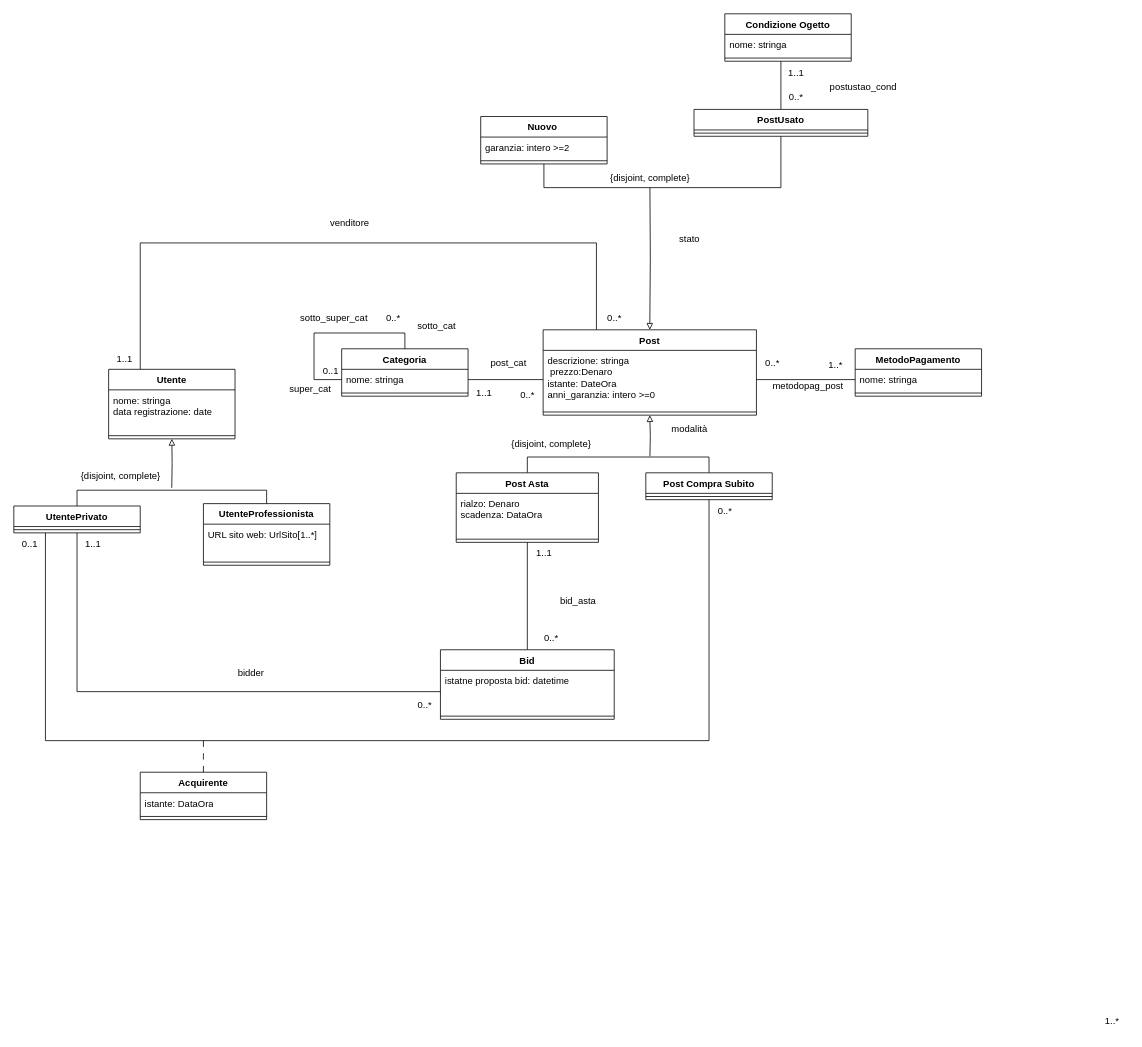
This is esercitazioni/eBuy/eBuy.drawio from MattRenz/ProgettazioneSoftware-Corso, a draw.io file, before an edit. Source tidied: cells renumbered, new cells numbered last; positions are measured from the earlier drawing's top-left corner, leaving out a move shared by most shapes. Both pictures are drawn from the tidied source at 79%, with x=0, y=0 at pixel (13, 13).
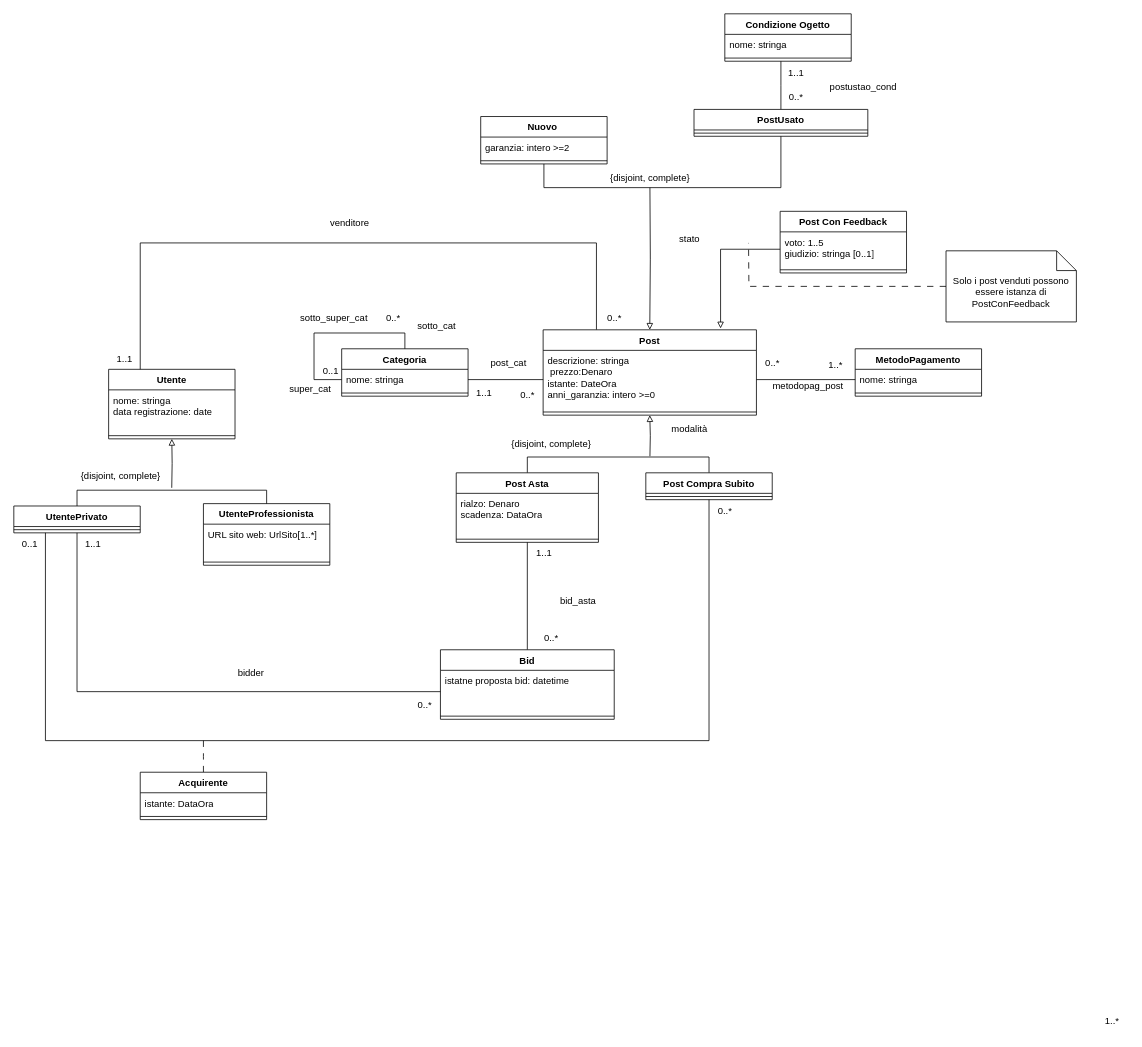
After the change.

Unchanged cells that the change refers to:
```xml
<mxCell id="16" value="Post" style="swimlane;fontStyle=1;align=center;verticalAlign=top;horizontal=1;startSize=26;whiteSpace=wrap;html=1;" parent="1" vertex="1">
  <mxGeometry x="670" y="400" width="270" height="108" as="geometry" />
</mxCell>
```

Change to the diagram source:
```diff
@@
+    <mxCell id="84" value="Post Con Feedback" style="swimlane;fontStyle=1;align=center;verticalAlign=top;horizontal=1;startSize=26;whiteSpace=wrap;html=1;" parent="1" vertex="1">
+      <mxGeometry x="970" y="250" width="160" height="78" as="geometry" />
+    </mxCell>
+    <mxCell id="85" value="voto: 1..5&lt;br&gt;giudizio: stringa [0..1]" style="text;strokeColor=none;fillColor=none;align=left;verticalAlign=top;spacingLeft=4;spacingRight=4;overflow=hidden;points=[[0,0.5],[1,0.5]];portConstraint=eastwest;whiteSpace=wrap;html=1;" parent="84" vertex="1">
+      <mxGeometry y="26" width="160" height="44" as="geometry" />
+    </mxCell>
+    <mxCell id="86" style="line;strokeWidth=1;fillColor=none;align=left;verticalAlign=middle;spacingTop=-1;spacingLeft=3;spacingRight=3;labelPosition=right;strokeColor=inherit;" parent="84" vertex="1">
+      <mxGeometry y="70" width="160" height="8" as="geometry" />
+    </mxCell>
+    <mxCell id="87" style="edgeStyle=orthogonalEdgeStyle;rounded=0;jettySize=auto;html=1;exitX=0;exitY=0.5;exitDx=0;exitDy=0;entryX=0.832;entryY=-0.016;entryDx=0;entryDy=0;entryPerimeter=0;endArrow=block;endFill=0;" parent="1" edge="1" source="85" target="16">
+      <mxGeometry relative="1" as="geometry" />
+    </mxCell>
+    <mxCell id="88" style="edgeStyle=orthogonalEdgeStyle;rounded=0;jettySize=auto;html=1;exitX=0;exitY=0.5;exitDx=0;exitDy=0;exitPerimeter=0;endArrow=none;endFill=0;dashed=1;dashPattern=8 8;" parent="1" edge="1" source="89">
+      <mxGeometry relative="1" as="geometry">
+        <mxPoint x="930" y="290" as="targetPoint" />
+      </mxGeometry>
+    </mxCell>
+    <mxCell id="89" value="Solo i post venduti possono essere istanza di PostConFeedback" style="shape=note2;boundedLbl=1;whiteSpace=wrap;html=1;size=25;verticalAlign=top;align=center;" parent="1" vertex="1">
+      <mxGeometry x="1180" y="300" width="165" height="90" as="geometry" />
+    </mxCell>
```
